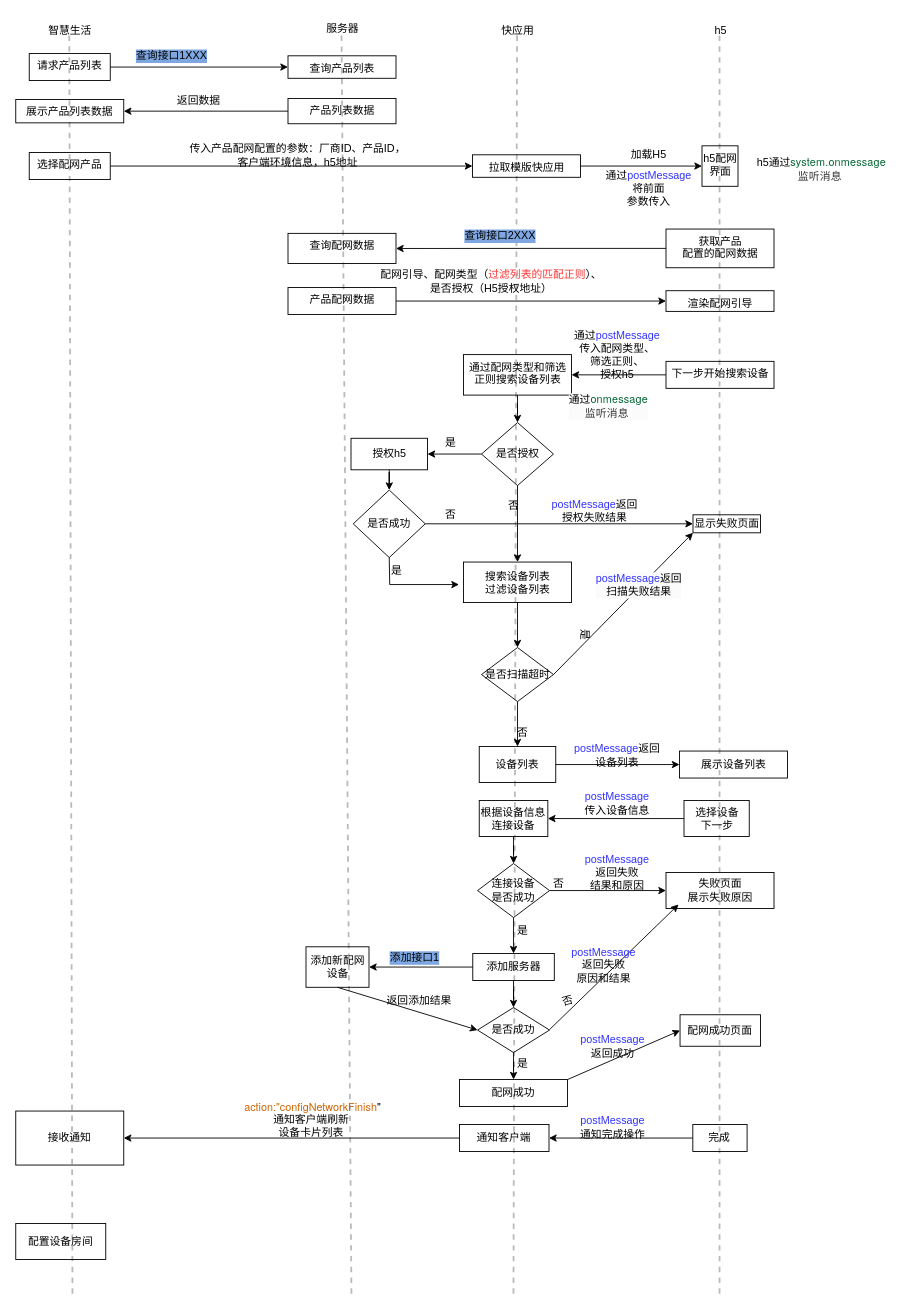
The draw.io diagram page "配网流程无插件" (4 of 5) of 流程图.drawio in xili95/liuChengTu, before the edit. Source tidied: cells renumbered, new cells numbered last; positions are measured from the earlier drawing's top-left corner, leaving out a move shared by most shapes. Both pictures are drawn from the tidied source at 90%, with x=0, y=0 at pixel (15, 15).
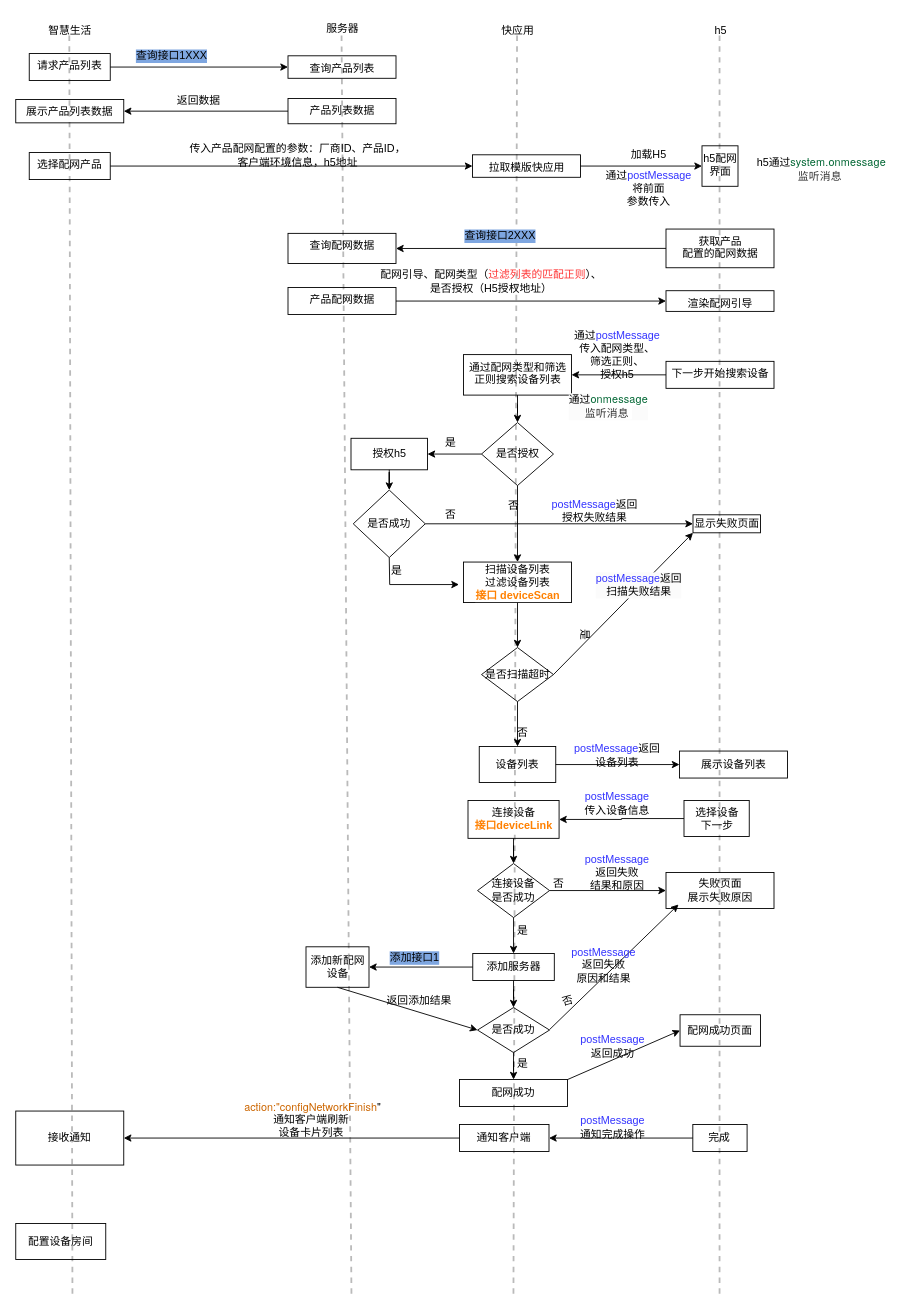
Above is the later version.

The change refers to these unchanged cells:
```xml
<mxCell id="2" style="group;" parent="1" vertex="1">
  <mxGeometry width="867.5" height="1382" as="geometry" />
</mxCell>
```

Change to the diagram source:
```diff
@@
-    <mxCell id="51" value="搜索设备列表&lt;div&gt;过滤设备列表&lt;/div&gt;" style="whiteSpace=wrap;html=1;fillColor=none;gradientColor=none;" parent="2" vertex="1">
+    <mxCell id="51" value="扫描设备列表&lt;div&gt;过滤设备列表&lt;/div&gt;&lt;div&gt;&lt;b style=&quot;color: rgb(255, 128, 0); background-color: rgb(255, 255, 255);&quot;&gt;接口 deviceScan&lt;/b&gt;&lt;/div&gt;" style="whiteSpace=wrap;html=1;fillColor=none;gradientColor=none;" parent="2" vertex="1">
       <mxGeometry x="497.5" y="607" width="120" height="45" as="geometry" />
     </mxCell>
@@
-    <mxCell id="72" value="根据设备信息连接设备" style="whiteSpace=wrap;html=1;verticalAlign=top;fillColor=none;gradientColor=none;" parent="2" vertex="1">
-      <mxGeometry x="515" y="872" width="76.2" height="40" as="geometry" />
+    <mxCell id="72" value="连接设备&lt;div&gt;&lt;b style=&quot;color: rgb(255, 128, 0); background-color: rgb(255, 255, 255);&quot;&gt;接口deviceLink&lt;/b&gt;&lt;/div&gt;&lt;div&gt;&lt;br&gt;&lt;/div&gt;" style="whiteSpace=wrap;html=1;verticalAlign=top;fillColor=none;gradientColor=none;" parent="2" vertex="1">
+      <mxGeometry x="502.5" y="872" width="101.2" height="42" as="geometry" />
     </mxCell>
```
